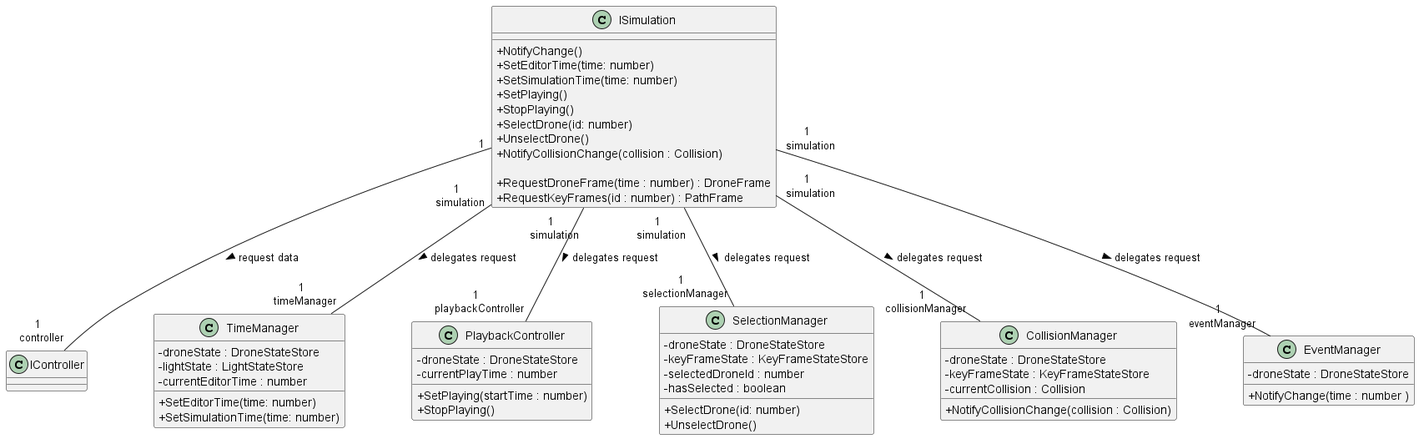
Before: out/diagrams/simulationInterface/ISimulation.png, a diagram exported from PlantUML (nojusbarth/OFC). The source it was exported from:
```plantuml
@startuml name Class Diagram: ISimulation + Subsystems
skinparam classAttributeIconSize 0
skinparam nodesep 80
skinparam ranksep 100

class IController

class ISimulation {

  + NotifyChange()
  + SetEditorTime(time: number)
  + SetSimulationTime(time: number)
  + SetPlaying()
  + StopPlaying()
  + SelectDrone(id: number)
  + UnselectDrone()
  + NotifyCollisionChange(collision : Collision)

  + RequestDroneFrame(time : number) : DroneFrame
  + RequestKeyFrames(id : number) : PathFrame
}

class TimeManager {
  - droneState : DroneStateStore
  - lightState : LightStateStore
  - currentEditorTime : number

  + SetEditorTime(time: number)
  + SetSimulationTime(time: number)
}

class PlaybackController {
  - droneState : DroneStateStore
  -currentPlayTime : number

  + SetPlaying(startTime : number)
  + StopPlaying()
}

class SelectionManager {
  -droneState : DroneStateStore
  -keyFrameState : KeyFrameStateStore
  -selectedDroneId : number
  -hasSelected : boolean

  + SelectDrone(id: number)
  + UnselectDrone()
}

class CollisionManager {
  -droneState : DroneStateStore
  -keyFrameState : KeyFrameStateStore
  -currentCollision : Collision

  + NotifyCollisionChange(collision : Collision)
}

class EventManager {
  -droneState : DroneStateStore

  + NotifyChange(time : number )
}

ISimulation "1 \n simulation" -- "1 \n timeManager" TimeManager : delegates request >
ISimulation "1 \n simulation" -- "1 \n playbackController" PlaybackController : delegates request >
ISimulation "1 \n simulation" -- "1 \n selectionManager" SelectionManager : delegates request >
ISimulation "1 \n simulation" -- "1 \n collisionManager" CollisionManager : delegates request >
ISimulation "1 \n simulation" -- "1 \n eventManager" EventManager : delegates request >

ISimulation "1" -- "1 \n controller" IController : request data >

@enduml
```
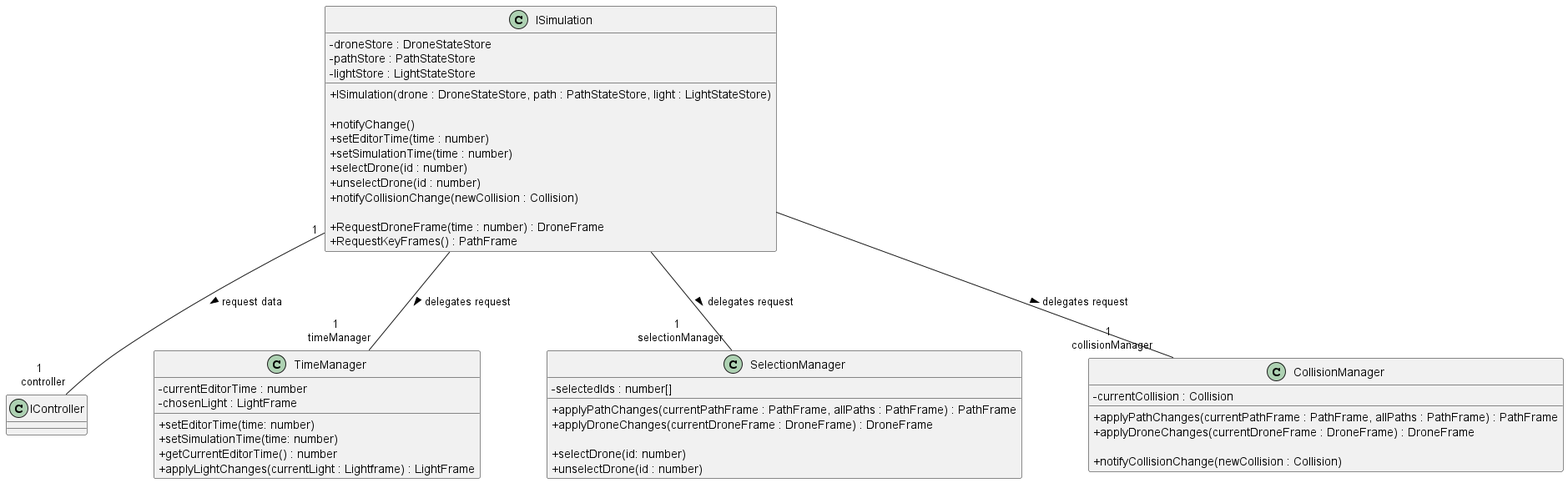
The same file after the commit.

Change to the diagram source:
```diff
@@ -7,65 +7,59 @@
 
 class ISimulation {
 
-  + NotifyChange()
-  + SetEditorTime(time: number)
-  + SetSimulationTime(time: number)
-  + SetPlaying()
-  + StopPlaying()
-  + SelectDrone(id: number)
-  + UnselectDrone()
-  + NotifyCollisionChange(collision : Collision)
+  - droneStore : DroneStateStore
+  - pathStore : PathStateStore
+  - lightStore : LightStateStore
+
+  + ISimulation(drone : DroneStateStore, path : PathStateStore, light : LightStateStore)
+
+  + notifyChange()
+  + setEditorTime(time : number)
+  + setSimulationTime(time : number)
+  + selectDrone(id : number)
+  + unselectDrone(id : number)
+  + notifyCollisionChange(newCollision : Collision)
 
   + RequestDroneFrame(time : number) : DroneFrame
-  + RequestKeyFrames(id : number) : PathFrame
+  + RequestKeyFrames() : PathFrame
 }
 
 class TimeManager {
-  - droneState : DroneStateStore
-  - lightState : LightStateStore
   - currentEditorTime : number
+  - chosenLight : LightFrame
 
-  + SetEditorTime(time: number)
-  + SetSimulationTime(time: number)
+  + setEditorTime(time: number)
+  + setSimulationTime(time: number)
+  + getCurrentEditorTime() : number
+  + applyLightChanges(currentLight : Lightframe) : LightFrame
+
 }
 
-class PlaybackController {
-  - droneState : DroneStateStore
-  -currentPlayTime : number
 
-  + SetPlaying(startTime : number)
-  + StopPlaying()
-}
 
 class SelectionManager {
-  -droneState : DroneStateStore
-  -keyFrameState : KeyFrameStateStore
-  -selectedDroneId : number
-  -hasSelected : boolean
+  - selectedIds : number[]
 
-  + SelectDrone(id: number)
-  + UnselectDrone()
+  + applyPathChanges(currentPathFrame : PathFrame, allPaths : PathFrame) : PathFrame
+  + applyDroneChanges(currentDroneFrame : DroneFrame) : DroneFrame
+
+  + selectDrone(id: number)
+  + unselectDrone(id : number)
 }
 
 class CollisionManager {
-  -droneState : DroneStateStore
-  -keyFrameState : KeyFrameStateStore
   -currentCollision : Collision
 
-  + NotifyCollisionChange(collision : Collision)
+  + applyPathChanges(currentPathFrame : PathFrame, allPaths : PathFrame) : PathFrame
+  + applyDroneChanges(currentDroneFrame : DroneFrame) : DroneFrame
+
+  + notifyCollisionChange(newCollision : Collision)
 }
 
-class EventManager {
-  -droneState : DroneStateStore
 
-  + NotifyChange(time : number )
-}
-
-ISimulation "1 \n simulation" -- "1 \n timeManager" TimeManager : delegates request >
-ISimulation "1 \n simulation" -- "1 \n playbackController" PlaybackController : delegates request >
-ISimulation "1 \n simulation" -- "1 \n selectionManager" SelectionManager : delegates request >
-ISimulation "1 \n simulation" -- "1 \n collisionManager" CollisionManager : delegates request >
-ISimulation "1 \n simulation" -- "1 \n eventManager" EventManager : delegates request >
+ISimulation " " -- "1 \n timeManager" TimeManager : delegates request >
+ISimulation " " -- "1 \n selectionManager" SelectionManager : delegates request >
+ISimulation " " -- "1 \n collisionManager" CollisionManager : delegates request >
 
 ISimulation "1" -- "1 \n controller" IController : request data >
 
```
